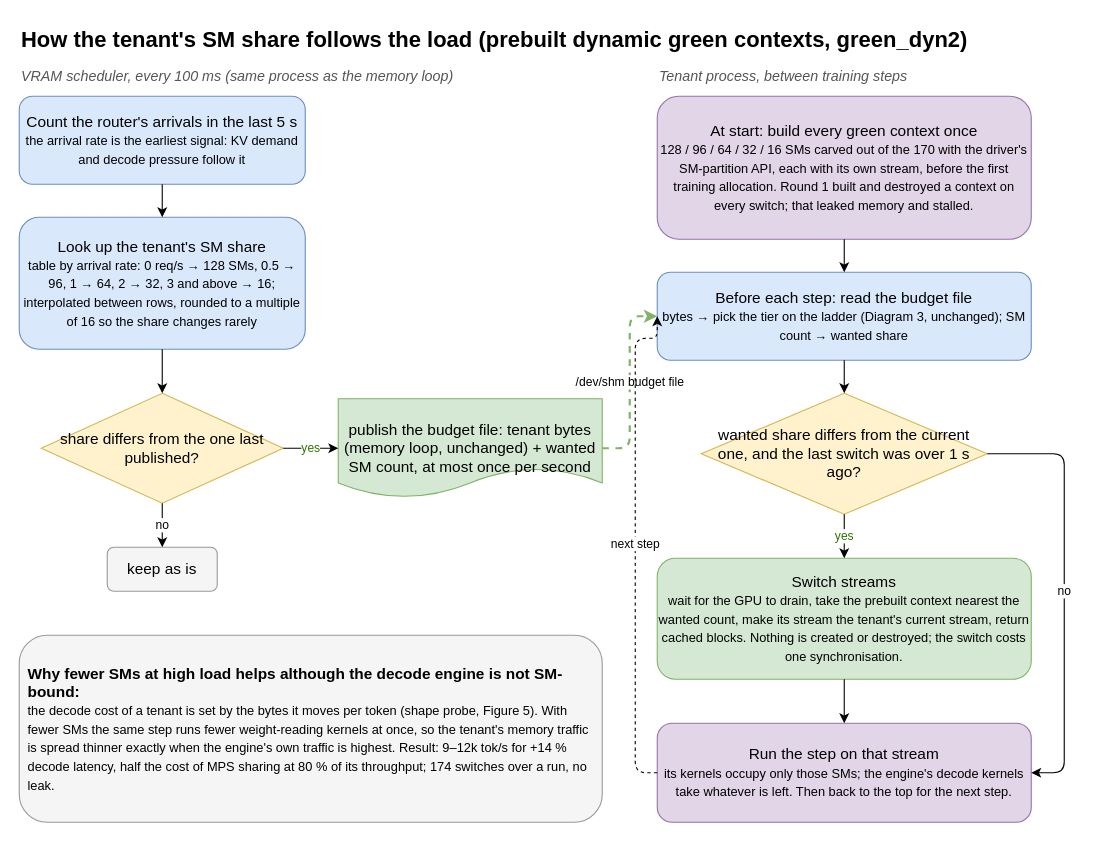
The draw.io diagram coloc_adjust/diagrams/05_green_dyn.drawio in 852866031/cuda-schedule-project, before the edit. Source tidied: cells renumbered, new cells numbered last; positions are measured from the earlier drawing's top-left corner, leaving out a move shared by most shapes. Both pictures are drawn from the tidied source at 110%, with x=0, y=0 at pixel (19, 19).
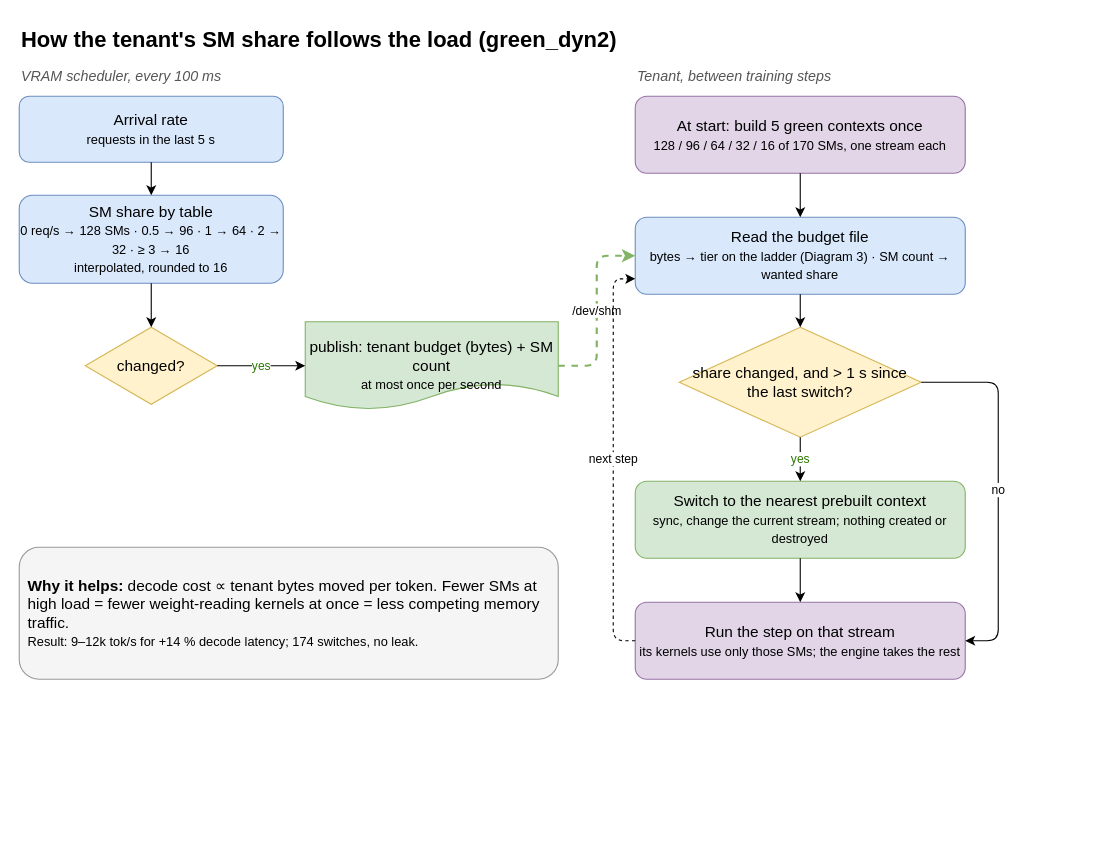
The same page after the edit.

Commit message (it also covers changes not shown here):
coloc_adjust: Diagrams 5 and 6 with much less text; shorter captions

What changed in the source:
```diff
@@
-    <mxCell id="2" value="How the tenant's SM share follows the load (prebuilt dynamic green contexts, green_dyn2)" style="text;html=1;fontSize=20;fontStyle=1;align=left;" parent="1" vertex="1">
-      <mxGeometry width="980" height="30" as="geometry" />
+    <mxCell id="2" value="How the tenant's SM share follows the load (green_dyn2)" style="text;html=1;fontSize=20;fontStyle=1;align=left;" parent="1" vertex="1">
+      <mxGeometry width="900" height="30" as="geometry" />
     </mxCell>
-    <mxCell id="3" value="VRAM scheduler, every 100 ms (same process as the memory loop)" style="text;html=1;fontSize=13;fontStyle=2;align=left;fontColor=#555555;" parent="1" vertex="1">
-      <mxGeometry y="38" width="480" height="20" as="geometry" />
+    <mxCell id="3" value="VRAM scheduler, every 100 ms" style="text;html=1;fontSize=13;fontStyle=2;align=left;fontColor=#555555;" parent="1" vertex="1">
+      <mxGeometry y="38" width="300" height="20" as="geometry" />
     </mxCell>
-    <mxCell id="4" value="Tenant process, between training steps" style="text;html=1;fontSize=13;fontStyle=2;align=left;fontColor=#555555;" parent="1" vertex="1">
-      <mxGeometry x="580" y="38" width="400" height="20" as="geometry" />
+    <mxCell id="4" value="Tenant, between training steps" style="text;html=1;fontSize=13;fontStyle=2;align=left;fontColor=#555555;" parent="1" vertex="1">
+      <mxGeometry x="560" y="38" width="300" height="20" as="geometry" />
     </mxCell>
-    <mxCell id="5" value="Count the router's arrivals in the last 5 s&lt;br&gt;&lt;small&gt;the arrival rate is the earliest signal: KV demand and decode pressure follow it&lt;/small&gt;" style="rounded=1;whiteSpace=wrap;html=1;fontSize=14;fillColor=#dae8fc;strokeColor=#6c8ebf;" parent="1" vertex="1">
-      <mxGeometry y="70" width="260" height="80" as="geometry" />
+    <mxCell id="5" value="Arrival rate&lt;br&gt;&lt;small&gt;requests in the last 5 s&lt;/small&gt;" style="rounded=1;whiteSpace=wrap;html=1;fontSize=14;fillColor=#dae8fc;strokeColor=#6c8ebf;" parent="1" vertex="1">
+      <mxGeometry y="70" width="240" height="60" as="geometry" />
     </mxCell>
-    <mxCell id="6" value="Look up the tenant's SM share&lt;br&gt;&lt;small&gt;table by arrival rate: 0 req/s → 128 SMs, 0.5 → 96, 1 → 64, 2 → 32, 3 and above → 16; interpolated between rows, rounded to a multiple of 16 so the share changes rarely&lt;/small&gt;" style="rounded=1;whiteSpace=wrap;html=1;fontSize=14;fillColor=#dae8fc;strokeColor=#6c8ebf;" parent="1" vertex="1">
-      <mxGeometry y="180" width="260" height="120" as="geometry" />
+    <mxCell id="6" value="SM share by table&lt;br&gt;&lt;small&gt;0 req/s → 128 SMs · 0.5 → 96 · 1 → 64 · 2 → 32 · ≥ 3 → 16&lt;br&gt;interpolated, rounded to 16&lt;/small&gt;" style="rounded=1;whiteSpace=wrap;html=1;fontSize=14;fillColor=#dae8fc;strokeColor=#6c8ebf;" parent="1" vertex="1">
+      <mxGeometry y="160" width="240" height="80" as="geometry" />
     </mxCell>
-    <mxCell id="7" value="share differs from the one last published?" style="rhombus;whiteSpace=wrap;html=1;fontSize=14;fillColor=#fff2cc;strokeColor=#d6b656;" parent="1" vertex="1">
-      <mxGeometry x="20" y="340" width="220" height="100" as="geometry" />
+    <mxCell id="7" value="changed?" style="rhombus;whiteSpace=wrap;html=1;fontSize=14;fillColor=#fff2cc;strokeColor=#d6b656;" parent="1" vertex="1">
+      <mxGeometry x="60" y="280" width="120" height="70" as="geometry" />
     </mxCell>
-    <mxCell id="8" value="publish the budget file: tenant bytes (memory loop, unchanged) + wanted SM count, at most once per second" style="shape=document;whiteSpace=wrap;html=1;fontSize=14;fillColor=#d5e8d4;strokeColor=#82b366;" parent="1" vertex="1">
-      <mxGeometry x="290" y="345" width="240" height="90" as="geometry" />
+    <mxCell id="8" value="publish: tenant budget (bytes) + SM count&lt;br&gt;&lt;small&gt;at most once per second&lt;/small&gt;" style="shape=document;whiteSpace=wrap;html=1;fontSize=14;fillColor=#d5e8d4;strokeColor=#82b366;" parent="1" vertex="1">
+      <mxGeometry x="260" y="275" width="230" height="80" as="geometry" />
     </mxCell>
-    <mxCell id="9" value="keep as is" style="rounded=1;whiteSpace=wrap;html=1;fontSize=14;fillColor=#f5f5f5;strokeColor=#999999;" parent="1" vertex="1">
-      <mxGeometry x="80" y="480" width="100" height="40" as="geometry" />
-    </mxCell>
-    <mxCell id="10" value="At start: build every green context once&lt;br&gt;&lt;small&gt;128 / 96 / 64 / 32 / 16 SMs carved out of the 170 with the driver's SM-partition API, each with its own stream, before the first training allocation. Round 1 built and destroyed a context on every switch; that leaked memory and stalled.&lt;/small&gt;" style="rounded=1;whiteSpace=wrap;html=1;fontSize=14;fillColor=#e1d5e7;strokeColor=#9673a6;" parent="1" vertex="1">
-      <mxGeometry x="580" y="70" width="340" height="130" as="geometry" />
+    <mxCell id="10" value="At start: build 5 green contexts once&lt;br&gt;&lt;small&gt;128 / 96 / 64 / 32 / 16 of 170 SMs, one stream each&lt;/small&gt;" style="rounded=1;whiteSpace=wrap;html=1;fontSize=14;fillColor=#e1d5e7;strokeColor=#9673a6;" parent="1" vertex="1">
+      <mxGeometry x="560" y="70" width="300" height="70" as="geometry" />
     </mxCell>
-    <mxCell id="11" value="Before each step: read the budget file&lt;br&gt;&lt;small&gt;bytes → pick the tier on the ladder (Diagram 3, unchanged); SM count → wanted share&lt;/small&gt;" style="rounded=1;whiteSpace=wrap;html=1;fontSize=14;fillColor=#dae8fc;strokeColor=#6c8ebf;" parent="1" vertex="1">
-      <mxGeometry x="580" y="230" width="340" height="80" as="geometry" />
+    <mxCell id="11" value="Read the budget file&lt;br&gt;&lt;small&gt;bytes → tier on the ladder (Diagram 3) · SM count → wanted share&lt;/small&gt;" style="rounded=1;whiteSpace=wrap;html=1;fontSize=14;fillColor=#dae8fc;strokeColor=#6c8ebf;" parent="1" vertex="1">
+      <mxGeometry x="560" y="180" width="300" height="70" as="geometry" />
     </mxCell>
-    <mxCell id="12" value="wanted share differs from the current one, and the last switch was over 1 s ago?" style="rhombus;whiteSpace=wrap;html=1;fontSize=14;fillColor=#fff2cc;strokeColor=#d6b656;" parent="1" vertex="1">
-      <mxGeometry x="620" y="340" width="260" height="110" as="geometry" />
+    <mxCell id="12" value="share changed, and &gt; 1 s since the last switch?" style="rhombus;whiteSpace=wrap;html=1;fontSize=14;fillColor=#fff2cc;strokeColor=#d6b656;" parent="1" vertex="1">
+      <mxGeometry x="600" y="280" width="220" height="100" as="geometry" />
     </mxCell>
-    <mxCell id="13" value="Switch streams&lt;br&gt;&lt;small&gt;wait for the GPU to drain, take the prebuilt context nearest the wanted count, make its stream the tenant's current stream, return cached blocks. Nothing is created or destroyed; the switch costs one synchronisation.&lt;/small&gt;" style="rounded=1;whiteSpace=wrap;html=1;fontSize=14;fillColor=#d5e8d4;strokeColor=#82b366;" parent="1" vertex="1">
-      <mxGeometry x="580" y="490" width="340" height="110" as="geometry" />
+    <mxCell id="13" value="Switch to the nearest prebuilt context&lt;br&gt;&lt;small&gt;sync, change the current stream; nothing created or destroyed&lt;/small&gt;" style="rounded=1;whiteSpace=wrap;html=1;fontSize=14;fillColor=#d5e8d4;strokeColor=#82b366;" parent="1" vertex="1">
+      <mxGeometry x="560" y="420" width="300" height="70" as="geometry" />
     </mxCell>
-    <mxCell id="14" value="Run the step on that stream&lt;br&gt;&lt;small&gt;its kernels occupy only those SMs; the engine's decode kernels take whatever is left. Then back to the top for the next step.&lt;/small&gt;" style="rounded=1;whiteSpace=wrap;html=1;fontSize=14;fillColor=#e1d5e7;strokeColor=#9673a6;" parent="1" vertex="1">
-      <mxGeometry x="580" y="640" width="340" height="90" as="geometry" />
+    <mxCell id="14" value="Run the step on that stream&lt;br&gt;&lt;small&gt;its kernels use only those SMs; the engine takes the rest&lt;/small&gt;" style="rounded=1;whiteSpace=wrap;html=1;fontSize=14;fillColor=#e1d5e7;strokeColor=#9673a6;" parent="1" vertex="1">
+      <mxGeometry x="560" y="530" width="300" height="70" as="geometry" />
     </mxCell>
-    <mxCell id="15" value="&lt;b&gt;Why fewer SMs at high load helps although the decode engine is not SM-bound:&lt;/b&gt;&lt;br&gt;&lt;small&gt;the decode cost of a tenant is set by the bytes it moves per token (shape probe, Figure 5). With fewer SMs the same step runs fewer weight-reading kernels at once, so the tenant's memory traffic is spread thinner exactly when the engine's own traffic is highest. Result: 9–12k tok/s for +14 % decode latency, half the cost of MPS sharing at 80 % of its throughput; 174 switches over a run, no leak.&lt;/small&gt;" style="rounded=1;whiteSpace=wrap;html=1;fontSize=14;align=left;spacing=8;fillColor=#f5f5f5;strokeColor=#999999;" parent="1" vertex="1">
-      <mxGeometry y="560" width="530" height="170" as="geometry" />
+    <mxCell id="15" value="&lt;b&gt;Why it helps:&lt;/b&gt; decode cost ∝ tenant bytes moved per token. Fewer SMs at high load = fewer weight-reading kernels at once = less competing memory traffic.&lt;br&gt;&lt;small&gt;Result: 9–12k tok/s for +14 % decode latency; 174 switches, no leak.&lt;/small&gt;" style="rounded=1;whiteSpace=wrap;html=1;fontSize=14;align=left;spacing=8;fillColor=#f5f5f5;strokeColor=#999999;" parent="1" vertex="1">
+      <mxGeometry y="480" width="490" height="120" as="geometry" />
     </mxCell>
@@
-    <mxCell id="19" value="no" style="edgeStyle=orthogonalEdgeStyle;rounded=1;html=1;" parent="1" edge="1" source="7" target="9">
-      <mxGeometry relative="1" as="geometry" />
-    </mxCell>
-    <mxCell id="20" value="/dev/shm budget file" style="edgeStyle=orthogonalEdgeStyle;rounded=1;html=1;dashed=1;strokeColor=#82b366;strokeWidth=2;exitX=1;exitY=0.5;entryX=0;entryY=0.5;labelBackgroundColor=#ffffff;" parent="1" edge="1" source="8" target="11">
+    <mxCell id="20" value="/dev/shm" style="edgeStyle=orthogonalEdgeStyle;rounded=1;html=1;dashed=1;strokeColor=#82b366;strokeWidth=2;exitX=1;exitY=0.5;entryX=0;entryY=0.5;labelBackgroundColor=#ffffff;" parent="1" edge="1" source="8" target="11">
       <mxGeometry relative="1" as="geometry">
         <Array as="points">
-          <mxPoint x="555" y="390" />
-          <mxPoint x="555" y="270" />
+          <mxPoint x="525" y="315" />
+          <mxPoint x="525" y="215" />
         </Array>
       </mxGeometry>
     </mxCell>
@@
     <mxCell id="24" value="no" style="edgeStyle=orthogonalEdgeStyle;rounded=1;html=1;exitX=1;exitY=0.5;entryX=1;entryY=0.5;labelBackgroundColor=#ffffff;" parent="1" edge="1" source="12" target="14">
       <mxGeometry relative="1" as="geometry">
         <Array as="points">
-          <mxPoint x="950" y="395" />
-          <mxPoint x="950" y="685" />
+          <mxPoint x="890" y="330" />
+          <mxPoint x="890" y="565" />
         </Array>
       </mxGeometry>
     </mxCell>
@@
-    <mxCell id="26" value="next step" style="edgeStyle=orthogonalEdgeStyle;rounded=1;html=1;dashed=1;exitX=0;exitY=0.5;entryX=0;entryY=0.5;labelBackgroundColor=#ffffff;" parent="1" edge="1" source="14" target="11">
+    <mxCell id="26" value="next step" style="edgeStyle=orthogonalEdgeStyle;rounded=1;html=1;dashed=1;exitX=0;exitY=0.5;entryX=0;entryY=0.8;labelBackgroundColor=#ffffff;" parent="1" edge="1" source="14" target="11">
       <mxGeometry relative="1" as="geometry">
         <Array as="points">
-          <mxPoint x="560" y="685" />
-          <mxPoint x="560" y="290" />
+          <mxPoint x="540" y="565" />
+          <mxPoint x="540" y="236" />
         </Array>
       </mxGeometry>
     </mxCell>
```
